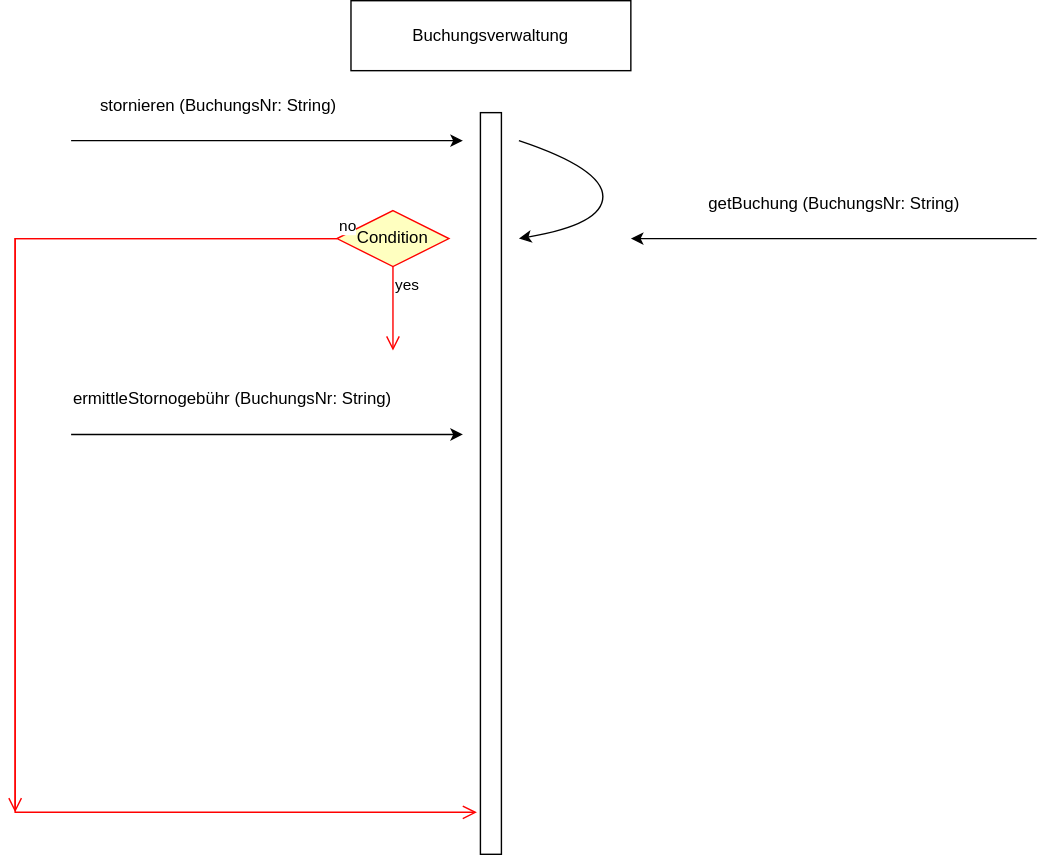
Earlier version of the draw.io export Buchungsverwaltung.drawio.svg (IngoGutwin/diagrams). Source tidied: cells renumbered, new cells last; positions are measured from the earlier drawing's top-left corner, leaving out a move shared by most shapes.
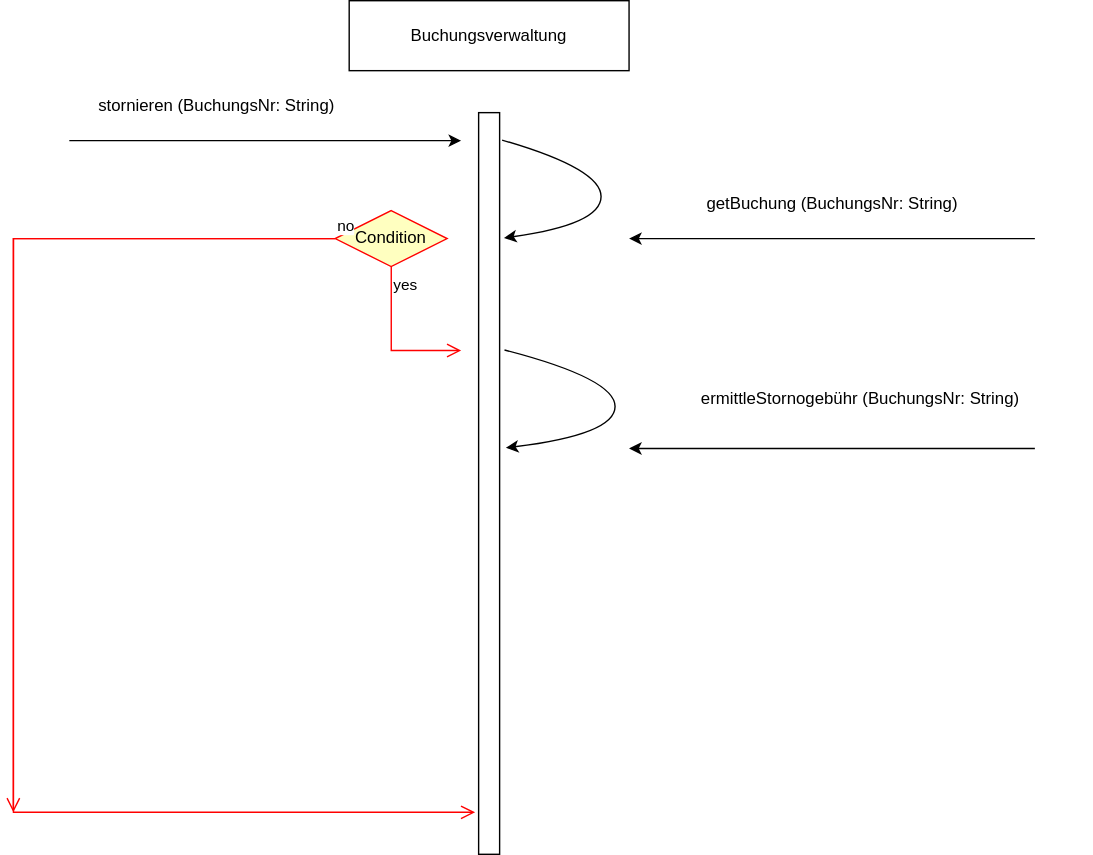
The same diagram one commit later.

The edit, as a diff of the source:
```diff
@@ -17,10 +17,8 @@
     <mxCell id="5" value="stornieren (BuchungsNr: String)" style="text;html=1;align=center;verticalAlign=middle;strokeColor=none;fillColor=none;" parent="1" vertex="1">
       <mxGeometry x="30" y="60" width="250" height="30" as="geometry" />
     </mxCell>
-    <mxCell id="6" style="curved=1;endArrow=classic;html=1;rounded=0;" parent="1" edge="1">
+    <mxCell id="6" style="curved=1;endArrow=classic;html=1;rounded=0;exitX=1.119;exitY=0.037;exitDx=0;exitDy=0;exitPerimeter=0;entryX=1.206;entryY=0.169;entryDx=0;entryDy=0;entryPerimeter=0;" parent="1" edge="1" source="3" target="3">
       <mxGeometry relative="1" as="geometry">
-        <mxPoint x="370" y="100" as="sourcePoint" />
-        <mxPoint x="370" y="170" as="targetPoint" />
         <Array as="points">
           <mxPoint x="430" y="120" />
           <mxPoint x="430" y="160" />
@@ -46,7 +44,10 @@
     </mxCell>
     <mxCell id="11" value="yes" style="edgeStyle=orthogonalEdgeStyle;html=1;align=left;verticalAlign=top;endArrow=open;endSize=8;strokeColor=#ff0000;rounded=0;" parent="1" edge="1" source="9">
       <mxGeometry x="-1" relative="1" as="geometry">
-        <mxPoint x="280" y="250" as="targetPoint" />
+        <mxPoint x="330" y="250" as="targetPoint" />
+        <Array as="points">
+          <mxPoint x="280" y="250" />
+        </Array>
       </mxGeometry>
     </mxCell>
     <mxCell id="12" value="no" style="edgeStyle=orthogonalEdgeStyle;html=1;align=left;verticalAlign=bottom;endArrow=open;endSize=8;strokeColor=#ff0000;rounded=0;exitX=0;exitY=0.5;exitDx=0;exitDy=0;" parent="1" edge="1" source="9">
@@ -58,13 +59,21 @@
       </mxGeometry>
     </mxCell>
     <mxCell id="13" value="ermittleStornogebühr (BuchungsNr: String)" style="text;html=1;align=center;verticalAlign=middle;strokeColor=none;fillColor=none;" parent="1" vertex="1">
-      <mxGeometry y="270" width="330" height="30" as="geometry" />
+      <mxGeometry x="450" y="270" width="330" height="30" as="geometry" />
     </mxCell>
     <mxCell id="14" style="endArrow=classic;html=1;rounded=0;" parent="1" edge="1">
       <mxGeometry relative="1" as="geometry">
-        <mxPoint x="50" y="310" as="sourcePoint" />
-        <mxPoint x="330" y="310" as="targetPoint" />
+        <mxPoint x="740" y="320" as="sourcePoint" />
+        <mxPoint x="450" y="320" as="targetPoint" />
       </mxGeometry>
     </mxCell>
+    <mxCell id="15" style="curved=1;endArrow=classic;html=1;rounded=0;exitX=1.233;exitY=0.32;exitDx=0;exitDy=0;exitPerimeter=0;entryX=1.298;entryY=0.452;entryDx=0;entryDy=0;entryPerimeter=0;" parent="1" edge="1" source="3" target="3">
+      <mxGeometry relative="1" as="geometry">
+        <Array as="points">
+          <mxPoint x="440" y="270" />
+          <mxPoint x="440" y="310" />
+        </Array>
+      </mxGeometry>
+    </mxCell>
   </root>
 </mxGraphModel>
```
